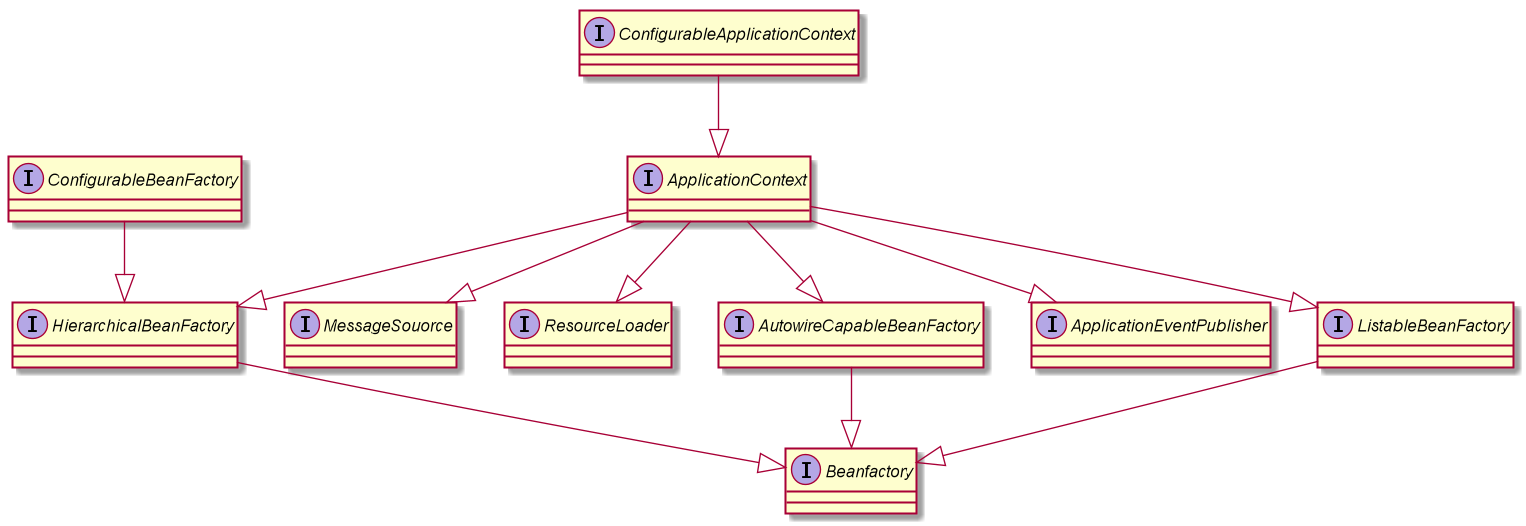
Earlier version of the PlantUML export spring/iocp.png (FameLsy/Images). Source of this version:
```plantuml
@startuml
interface Beanfactory
interface MessageSouorce
interface ResourceLoader
interface AutowireCapableBeanFactory
interface ApplicationEventPublisher
interface ApplicationContext
interface ListableBeanFactory
interface HierarchicalBeanFactory
interface ConfigurableBeanFactory
interface ConfigurableApplicationContext

HierarchicalBeanFactory --|> Beanfactory
ListableBeanFactory --|> Beanfactory
AutowireCapableBeanFactory --|> Beanfactory

ApplicationContext --|> MessageSouorce
ApplicationContext --|> ResourceLoader
ApplicationContext --|> AutowireCapableBeanFactory
ApplicationContext --|> ApplicationEventPublisher
ApplicationContext --|> ListableBeanFactory
ApplicationContext --|> HierarchicalBeanFactory
ConfigurableApplicationContext  --|> ApplicationContext

ConfigurableBeanFactory --|> HierarchicalBeanFactory
@enduml
```
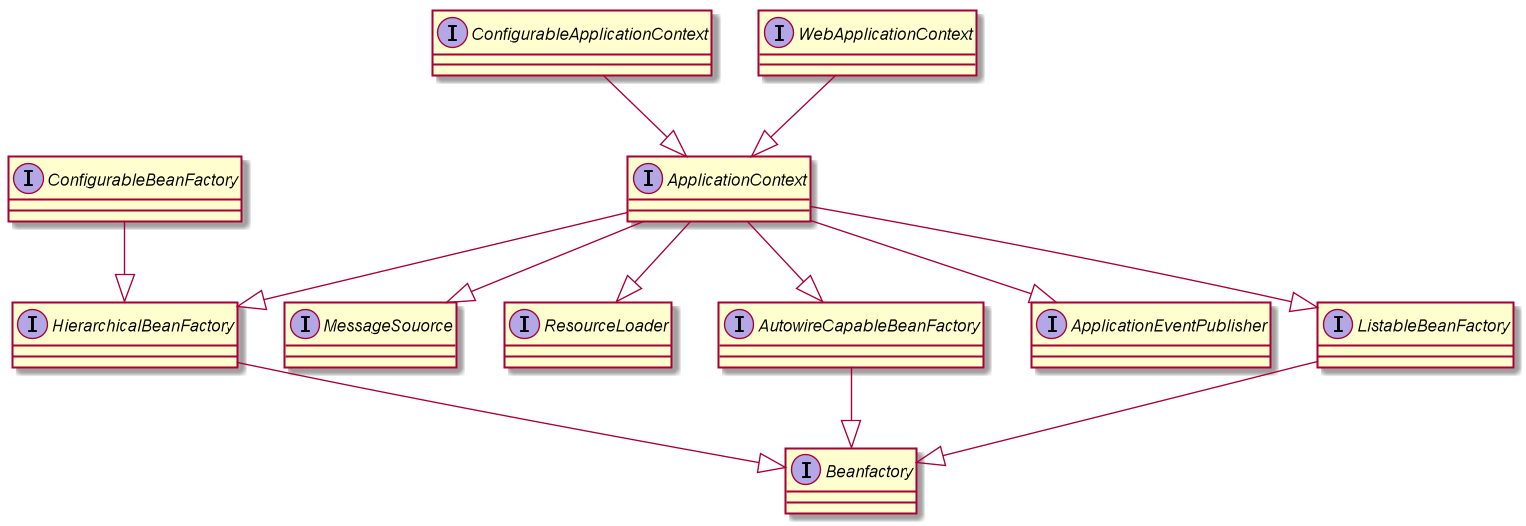
After the commit.

Diff of the diagram source:
```diff
@@ -9,6 +9,7 @@
 interface HierarchicalBeanFactory
 interface ConfigurableBeanFactory
 interface ConfigurableApplicationContext
+interface WebApplicationContext
 
 HierarchicalBeanFactory --|> Beanfactory
 ListableBeanFactory --|> Beanfactory
@@ -21,6 +22,6 @@
 ApplicationContext --|> ListableBeanFactory
 ApplicationContext --|> HierarchicalBeanFactory
 ConfigurableApplicationContext  --|> ApplicationContext
-
+WebApplicationContext  --|> ApplicationContext
 ConfigurableBeanFactory --|> HierarchicalBeanFactory
 @enduml
```
